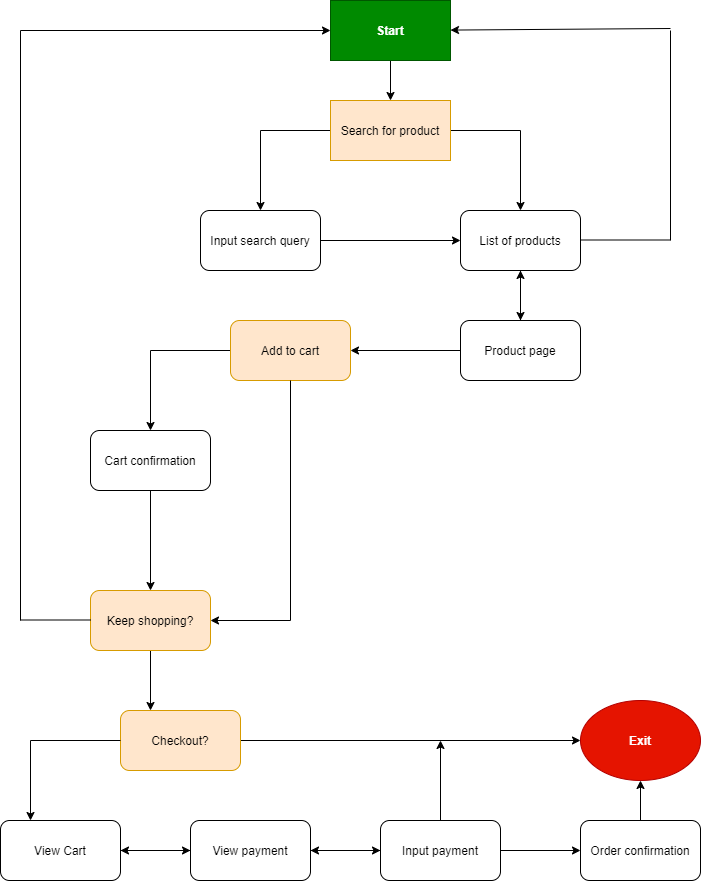
phamavery/fa21-cse110-lab4 keeps this draw.io diagram as explore/diagramming/diagram.drawio.png. Above is the earlier version. Source tidied: cells renumbered, new cells last; positions are measured from the earlier drawing's top-left corner, leaving out a move shared by most shapes.
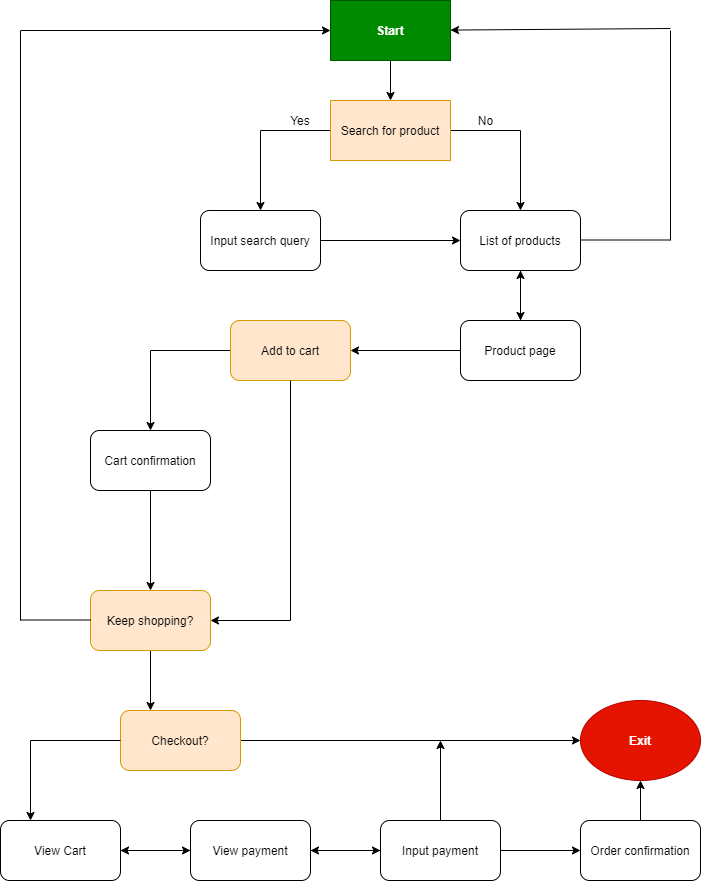
After the change.

Commit message:
Fix font color

Diff of the diagram source:
```diff
@@ -57,10 +57,10 @@
         <mxPoint x="670" y="28" as="sourcePoint" />
       </mxGeometry>
     </mxCell>
-    <mxCell id="17" value="Yes" style="text;html=1;strokeColor=none;fillColor=none;align=center;verticalAlign=middle;whiteSpace=wrap;rounded=0;fontColor=#FFFFFF;" parent="1" vertex="1">
+    <mxCell id="17" value="Yes" style="text;html=1;strokeColor=none;fillColor=none;align=center;verticalAlign=middle;whiteSpace=wrap;rounded=0;fontColor=#000000;" parent="1" vertex="1">
       <mxGeometry x="280" y="110" width="40" height="20" as="geometry" />
     </mxCell>
-    <mxCell id="18" value="No" style="text;html=1;align=center;verticalAlign=middle;strokeColor=none;fontColor=#FFFFFF;" parent="1" vertex="1">
+    <mxCell id="18" value="No" style="text;html=1;align=center;verticalAlign=middle;strokeColor=none;fontColor=#000000;" parent="1" vertex="1">
       <mxGeometry x="470" y="110" width="30" height="20" as="geometry" />
     </mxCell>
     <mxCell id="19" value="Return to home" style="text;html=1;align=center;verticalAlign=middle;strokeColor=none;fontColor=#FFFFFF;" parent="1" vertex="1">
```
